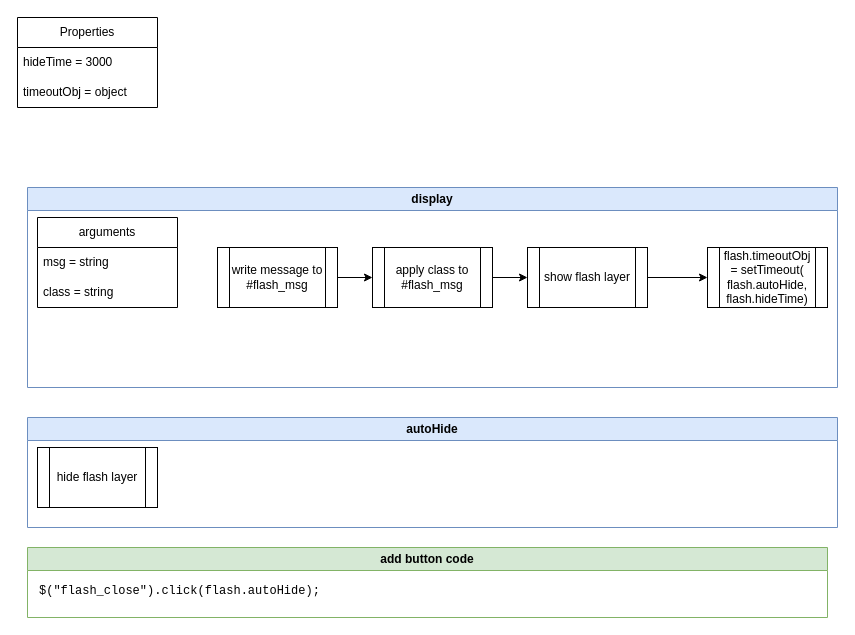
Before: page "Flash modal" (9 of 10) of moc-char-db-infrastructure.drawio in JS-Produksiyon/moc-character-db, a draw.io diagram. Source tidied: cells renumbered, new cells numbered last; positions are measured from the earlier drawing's top-left corner, leaving out a move shared by most shapes. Both pictures are drawn from the tidied source at 100%, with x=0, y=0 at pixel (17, 17).
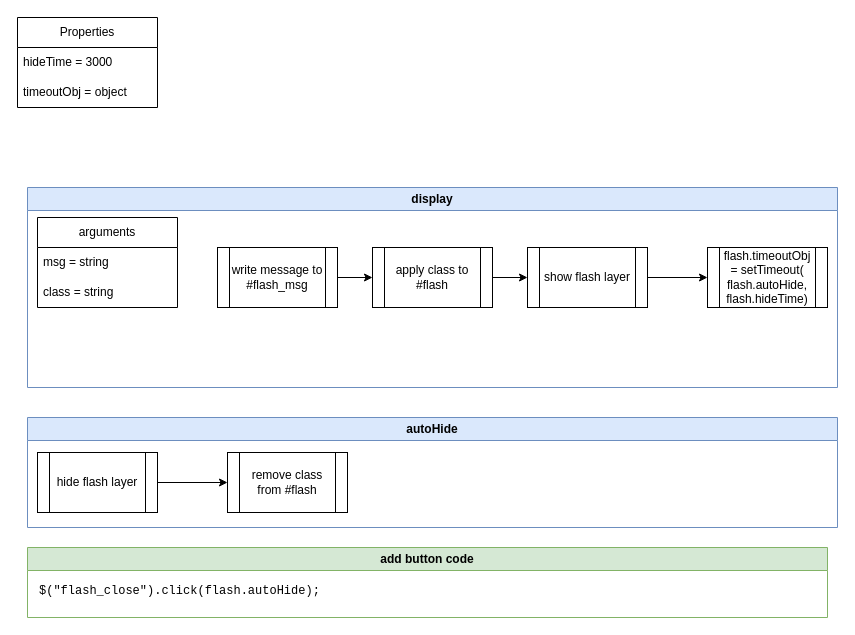
The same page after the edit.

Unchanged cells that the change refers to:
```xml
<mxCell id="2" value="display" style="swimlane;whiteSpace=wrap;html=1;startSize=23;fillColor=#dae8fc;strokeColor=#6c8ebf;" parent="1" vertex="1">
  <mxGeometry x="10" y="170" width="810" height="200" as="geometry" />
</mxCell>
<mxCell id="13" value="autoHide" style="swimlane;whiteSpace=wrap;html=1;fillColor=#dae8fc;strokeColor=#6c8ebf;" parent="1" vertex="1">
  <mxGeometry x="10" y="400" width="810" height="110" as="geometry" />
</mxCell>
```

What changed in the source:
```diff
@@
-    <mxCell id="9" value="apply class to #flash_msg" style="shape=process;whiteSpace=wrap;html=1;backgroundOutline=1;" parent="2" vertex="1">
+    <mxCell id="9" value="apply class to #flash" style="shape=process;whiteSpace=wrap;html=1;backgroundOutline=1;" parent="2" vertex="1">
       <mxGeometry x="345" y="60" width="120" height="60" as="geometry" />
     </mxCell>
@@
+    <mxCell id="20" style="edgeStyle=orthogonalEdgeStyle;rounded=0;jettySize=auto;html=1;exitX=1;exitY=0.5;exitDx=0;exitDy=0;entryX=0;entryY=0.5;entryDx=0;entryDy=0;" parent="13" edge="1" source="14" target="21">
+      <mxGeometry relative="1" as="geometry" />
+    </mxCell>
     <mxCell id="14" value="hide flash layer" style="shape=process;whiteSpace=wrap;html=1;backgroundOutline=1;" parent="13" vertex="1">
-      <mxGeometry x="10" y="30" width="120" height="60" as="geometry" />
+      <mxGeometry x="10" y="35" width="120" height="60" as="geometry" />
     </mxCell>
+    <mxCell id="21" value="remove class from #flash" style="shape=process;whiteSpace=wrap;html=1;backgroundOutline=1;" parent="13" vertex="1">
+      <mxGeometry x="200" y="35" width="120" height="60" as="geometry" />
+    </mxCell>
```
